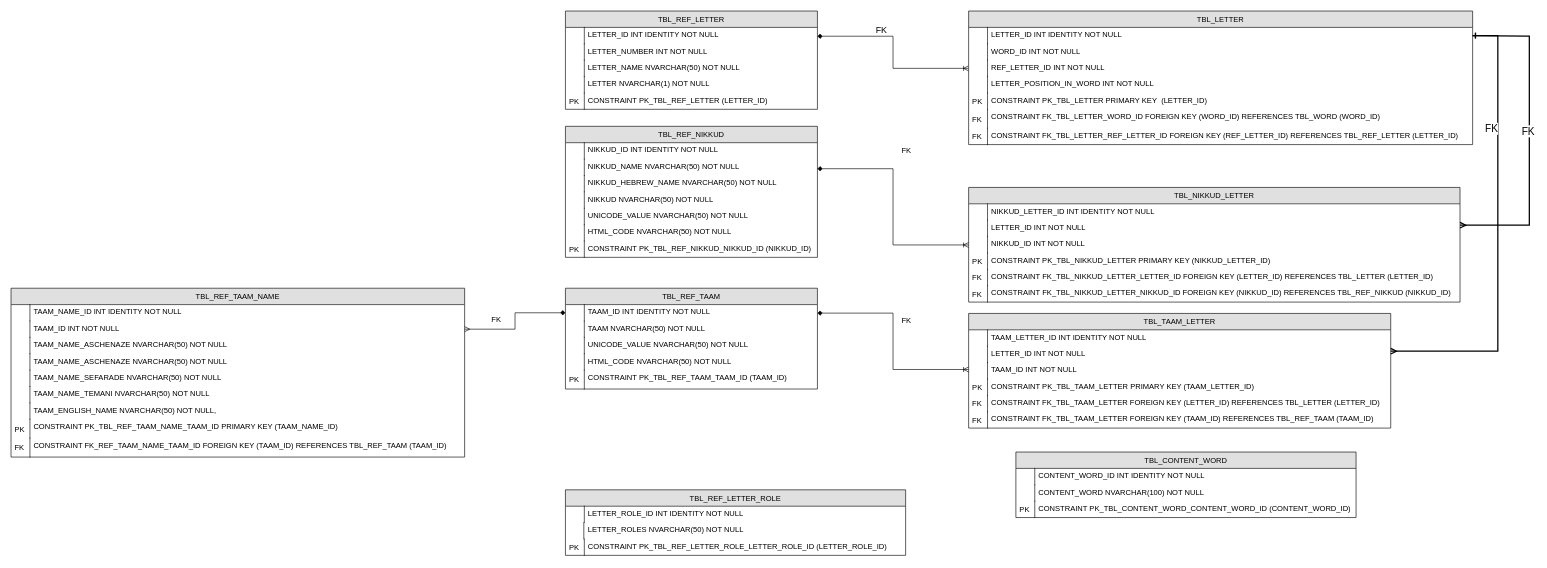
mdanielov/limud-kodesh keeps this draw.io diagram as database/db_drawings/letters.schema.drawio. Above is the earlier version. Source tidied: cells renumbered, new cells numbered last; positions are measured from the earlier drawing's top-left corner, leaving out a move shared by most shapes. Both pictures are drawn from the tidied source at 63%, with x=0, y=0 at pixel (11, 11).
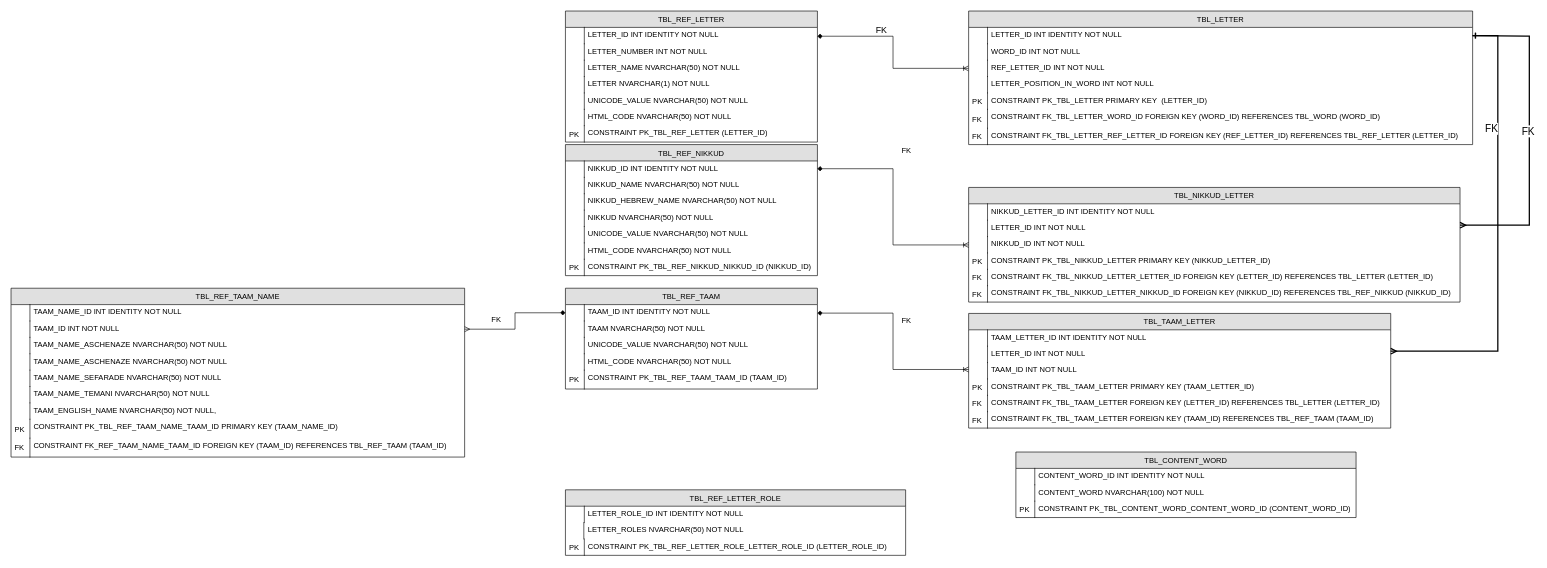
After the change.

The edit, as a diff of the source:
```diff
@@
     <mxCell id="4" value="TBL_REF_LETTER" style="swimlane;fontStyle=0;horizontal=1;startSize=26;fillColor=#e0e0e0;swimlaneFillColor=#ffffff;align=center;" parent="1" vertex="1">
-      <mxGeometry x="880" width="400" height="156" as="geometry" />
+      <mxGeometry x="880" width="400" height="208" as="geometry" />
     </mxCell>
@@
+    <mxCell id="126" value="UNICODE_VALUE NVARCHAR(50) NOT NULL" style="shape=partialRectangle;top=0;left=0;right=0;bottom=0;align=left;verticalAlign=top;spacingTop=-2;fillColor=none;spacingLeft=34;spacingRight=4;overflow=hidden;" parent="4" vertex="1">
+      <mxGeometry y="130" width="400" height="26" as="geometry" />
+    </mxCell>
+    <mxCell id="127" style="shape=partialRectangle;top=0;left=0;bottom=0;fillColor=none;align=left;verticalAlign=middle;spacingLeft=4;spacingRight=4;overflow=hidden;" parent="126" vertex="1">
+      <mxGeometry width="30" height="26" as="geometry" />
+    </mxCell>
+    <mxCell id="128" value="HTML_CODE NVARCHAR(50) NOT NULL" style="shape=partialRectangle;top=0;left=0;right=0;bottom=0;align=left;verticalAlign=top;spacingTop=-2;fillColor=none;spacingLeft=34;spacingRight=4;overflow=hidden;" parent="4" vertex="1">
+      <mxGeometry y="156" width="400" height="26" as="geometry" />
+    </mxCell>
+    <mxCell id="129" style="shape=partialRectangle;top=0;left=0;bottom=0;fillColor=none;align=left;verticalAlign=middle;spacingLeft=4;spacingRight=4;overflow=hidden;" parent="128" vertex="1">
+      <mxGeometry width="30" height="26" as="geometry" />
+    </mxCell>
     <mxCell id="13" value="CONSTRAINT PK_TBL_REF_LETTER  (LETTER_ID)" style="shape=partialRectangle;top=0;left=0;right=0;bottom=0;align=left;verticalAlign=top;spacingTop=-2;fillColor=none;spacingLeft=34;spacingRight=4;overflow=hidden;" parent="4" vertex="1">
-      <mxGeometry y="130" width="400" height="26" as="geometry" />
+      <mxGeometry y="182" width="400" height="26" as="geometry" />
     </mxCell>
@@
     <mxCell id="16" value="TBL_REF_NIKKUD" style="swimlane;fontStyle=0;horizontal=1;startSize=26;fillColor=#e0e0e0;swimlaneFillColor=#ffffff;align=center;" parent="1" vertex="1">
-      <mxGeometry x="880" y="183" width="400" height="208" as="geometry" />
+      <mxGeometry x="880" y="212" width="400" height="208" as="geometry" />
     </mxCell>
```
